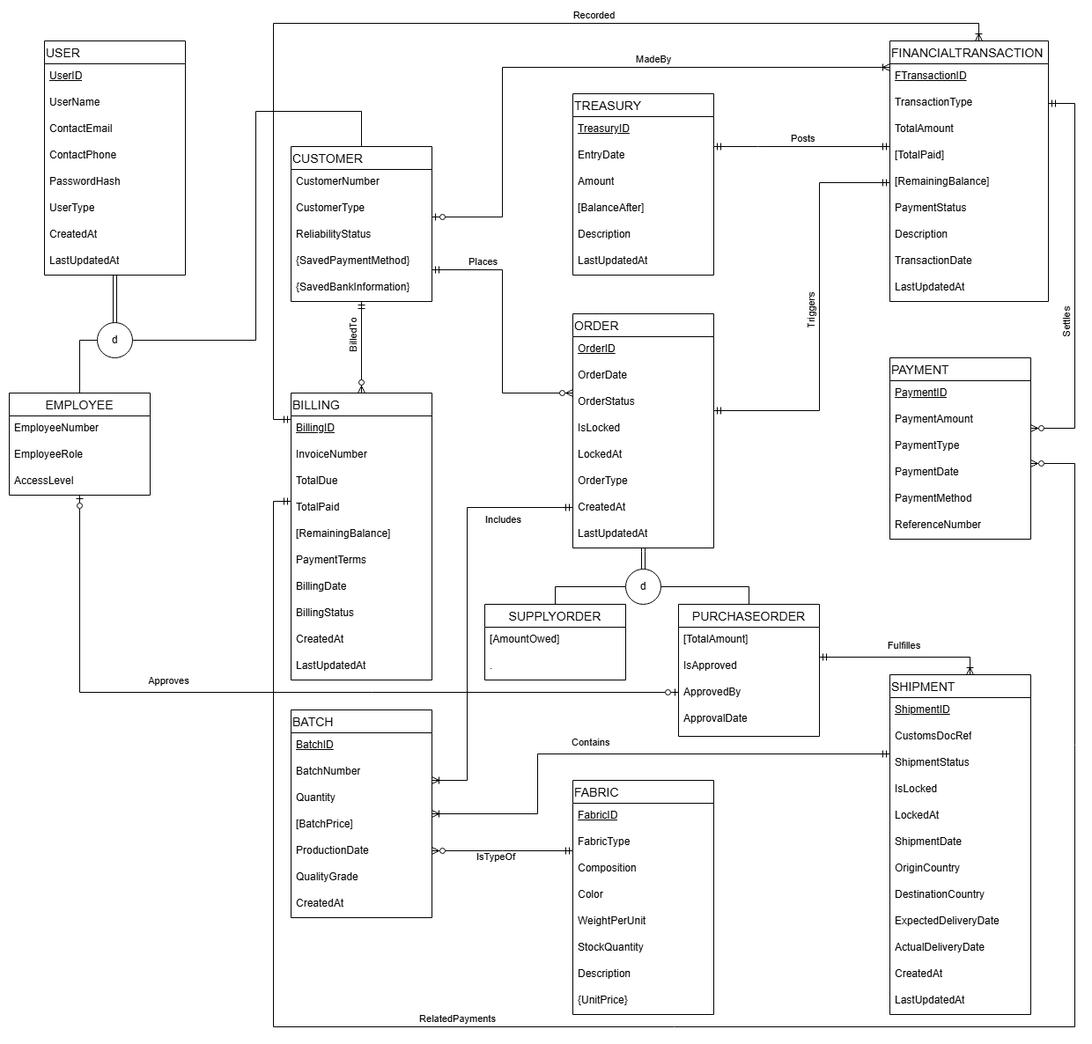
serkan-erol/CSE3055_Project keeps this draw.io diagram as KismetDatabase_v2.png. Above is the earlier version. Source tidied: cells renumbered, new cells last; positions are measured from the earlier drawing's top-left corner, leaving out a move shared by most shapes.
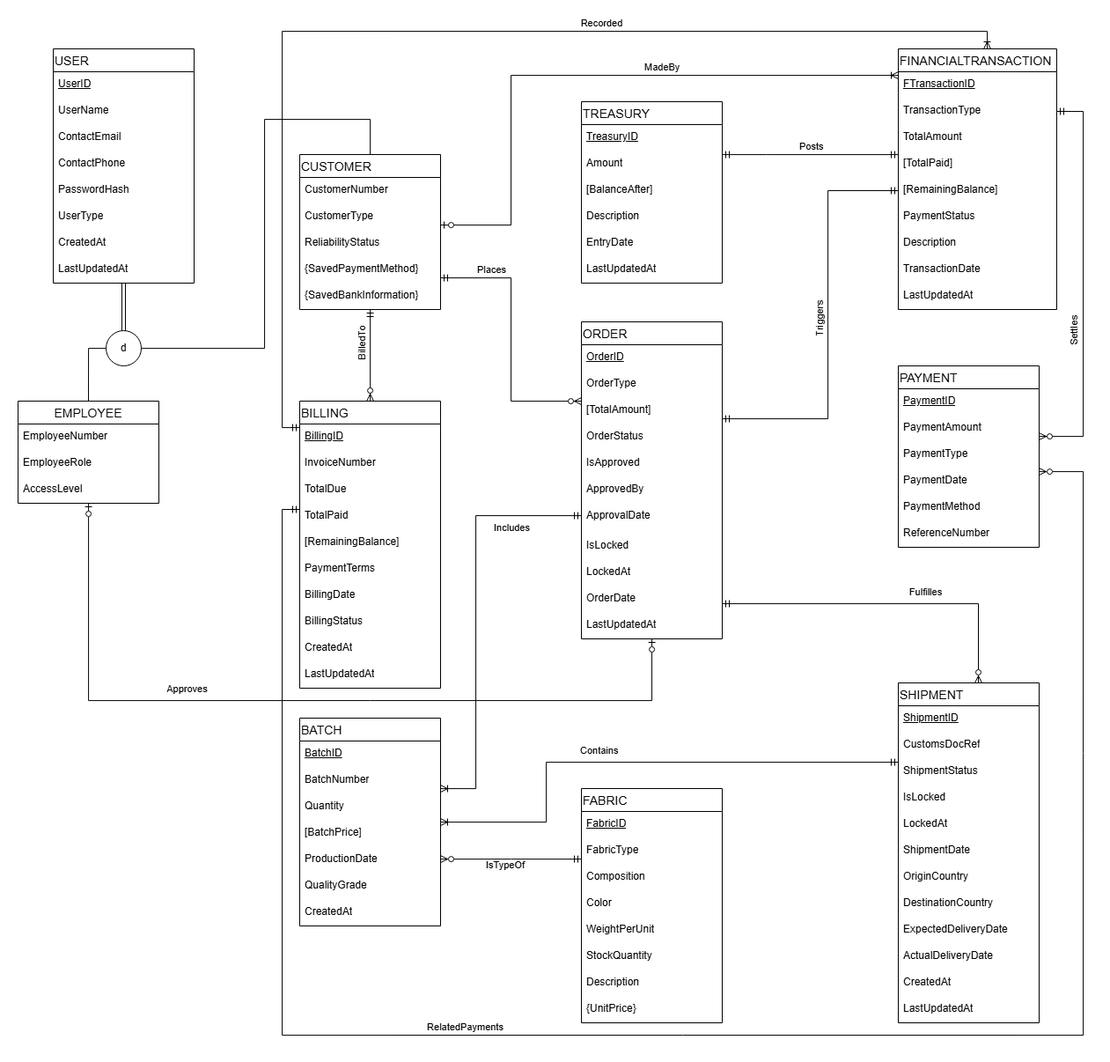
The same diagram one commit later.

Change to the diagram source:
```diff
@@ -95,18 +95,18 @@
     <mxCell id="32" value="TreasuryID" style="text;strokeColor=none;fillColor=none;spacingLeft=4;spacingRight=4;overflow=hidden;fontSize=12;whiteSpace=wrap;html=1;fontStyle=4;align=left;labelBackgroundColor=none;" parent="31" vertex="1">
       <mxGeometry y="26" width="160" height="30" as="geometry" />
     </mxCell>
-    <mxCell id="33" value="EntryDate" style="text;strokeColor=none;fillColor=none;spacingLeft=4;spacingRight=4;overflow=hidden;fontSize=12;whiteSpace=wrap;html=1;align=left;labelBackgroundColor=none;" parent="31" vertex="1">
-      <mxGeometry y="56" width="160" height="30" as="geometry" />
-    </mxCell>
     <mxCell id="34" value="Amount" style="text;strokeColor=none;fillColor=none;spacingLeft=4;spacingRight=4;overflow=hidden;fontSize=12;whiteSpace=wrap;html=1;align=left;labelBackgroundColor=none;" parent="31" vertex="1">
-      <mxGeometry y="86" width="160" height="30" as="geometry" />
+      <mxGeometry y="56" width="160" height="30" as="geometry" />
     </mxCell>
     <mxCell id="35" value="[BalanceAfter]" style="text;strokeColor=none;fillColor=none;spacingLeft=4;spacingRight=4;overflow=hidden;fontSize=12;whiteSpace=wrap;html=1;align=left;labelBackgroundColor=none;" parent="31" vertex="1">
-      <mxGeometry y="116" width="160" height="30" as="geometry" />
+      <mxGeometry y="86" width="160" height="30" as="geometry" />
     </mxCell>
     <mxCell id="36" value="Description" style="text;strokeColor=none;fillColor=none;spacingLeft=4;spacingRight=4;overflow=hidden;fontSize=12;whiteSpace=wrap;html=1;align=left;labelBackgroundColor=none;" parent="31" vertex="1">
-      <mxGeometry y="146" width="160" height="30" as="geometry" />
+      <mxGeometry y="116" width="160" height="30" as="geometry" />
     </mxCell>
+    <mxCell id="33" value="EntryDate" style="text;strokeColor=none;fillColor=none;spacingLeft=4;spacingRight=4;overflow=hidden;fontSize=12;whiteSpace=wrap;html=1;align=left;labelBackgroundColor=none;" parent="31" vertex="1">
+      <mxGeometry y="146" width="160" height="30" as="geometry" />
+    </mxCell>
     <mxCell id="37" value="LastUpdatedAt" style="text;strokeColor=none;fillColor=none;spacingLeft=4;spacingRight=4;overflow=hidden;fontSize=12;whiteSpace=wrap;html=1;labelBackgroundColor=none;" parent="31" vertex="1">
       <mxGeometry y="176" width="160" height="30" as="geometry" />
     </mxCell>
@@ -309,10 +309,10 @@
         <mxPoint x="-6" y="-10" as="offset" />
       </mxGeometry>
     </mxCell>
-    <mxCell id="87" style="edgeStyle=orthogonalEdgeStyle;fontSize=12;html=1;endArrow=ERoneToMany;startArrow=ERmandOne;rounded=0;align=left;labelBackgroundColor=none;fontColor=default;endFill=0;" parent="1" edge="1" source="110" target="8">
+    <mxCell id="87" style="edgeStyle=orthogonalEdgeStyle;fontSize=12;html=1;endArrow=ERzeroToMany;startArrow=ERmandOne;rounded=0;align=left;labelBackgroundColor=none;fontColor=default;endFill=0;" parent="1" edge="1" source="98" target="8">
       <mxGeometry relative="1" as="geometry">
         <Array as="points">
-          <mxPoint x="1091" y="720" />
+          <mxPoint x="1091" y="650" />
         </Array>
       </mxGeometry>
     </mxCell>
@@ -373,73 +373,42 @@
         <mxPoint x="-13" y="56" as="offset" />
       </mxGeometry>
     </mxCell>
-    <mxCell id="97" style="edgeStyle=orthogonalEdgeStyle;rounded=0;jettySize=auto;html=1;shape=link;labelBackgroundColor=none;fontColor=default;" parent="1" edge="1" source="98" target="109">
-      <mxGeometry relative="1" as="geometry" />
-    </mxCell>
     <mxCell id="98" value="ORDER" style="swimlane;fontStyle=0;horizontal=1;startSize=26;align=left;fontSize=14;labelBackgroundColor=none;" parent="1" vertex="1">
-      <mxGeometry x="640" y="330" width="160" height="266" as="geometry" />
+      <mxGeometry x="640" y="330" width="160" height="360" as="geometry" />
     </mxCell>
     <mxCell id="99" value="&lt;u&gt;OrderID&lt;/u&gt;" style="text;strokeColor=none;fillColor=none;spacingLeft=4;spacingRight=4;overflow=hidden;fontSize=12;whiteSpace=wrap;html=1;align=left;labelBackgroundColor=none;" parent="98" vertex="1">
       <mxGeometry y="26" width="160" height="30" as="geometry" />
     </mxCell>
-    <mxCell id="100" value="OrderDate" style="text;strokeColor=none;fillColor=none;spacingLeft=4;spacingRight=4;overflow=hidden;fontSize=12;whiteSpace=wrap;html=1;align=left;labelBackgroundColor=none;" parent="98" vertex="1">
-      <mxGeometry y="56" width="160" height="30" as="geometry" />
-    </mxCell>
+    <mxCell id="104" value="OrderType" style="text;strokeColor=none;fillColor=none;spacingLeft=4;spacingRight=4;overflow=hidden;fontSize=12;whiteSpace=wrap;html=1;align=left;labelBackgroundColor=none;" parent="98" vertex="1">
+      <mxGeometry y="56" width="160" height="30" as="geometry" />
+    </mxCell>
+    <mxCell id="111" value="[TotalAmount]" style="text;strokeColor=none;fillColor=none;spacingLeft=4;spacingRight=4;overflow=hidden;fontSize=12;whiteSpace=wrap;html=1;labelBackgroundColor=none;" parent="98" vertex="1">
+      <mxGeometry y="86" width="160" height="30" as="geometry" />
+    </mxCell>
     <mxCell id="101" value="OrderStatus" style="text;strokeColor=none;fillColor=none;spacingLeft=4;spacingRight=4;overflow=hidden;fontSize=12;whiteSpace=wrap;html=1;align=left;labelBackgroundColor=none;" parent="98" vertex="1">
-      <mxGeometry y="86" width="160" height="30" as="geometry" />
+      <mxGeometry y="116" width="160" height="30" as="geometry" />
     </mxCell>
-    <mxCell id="102" value="IsLocked" style="text;strokeColor=none;fillColor=none;spacingLeft=4;spacingRight=4;overflow=hidden;fontSize=12;whiteSpace=wrap;html=1;align=left;labelBackgroundColor=none;" parent="98" vertex="1">
-      <mxGeometry y="116" width="160" height="30" as="geometry" />
-    </mxCell>
-    <mxCell id="103" value="LockedAt" style="text;strokeColor=none;fillColor=none;spacingLeft=4;spacingRight=4;overflow=hidden;fontSize=12;whiteSpace=wrap;html=1;align=left;labelBackgroundColor=none;" parent="98" vertex="1">
-      <mxGeometry y="146" width="160" height="30" as="geometry" />
-    </mxCell>
-    <mxCell id="104" value="OrderType" style="text;strokeColor=none;fillColor=none;spacingLeft=4;spacingRight=4;overflow=hidden;fontSize=12;whiteSpace=wrap;html=1;align=left;labelBackgroundColor=none;" parent="98" vertex="1">
-      <mxGeometry y="176" width="160" height="30" as="geometry" />
-    </mxCell>
-    <mxCell id="105" value="CreatedAt" style="text;strokeColor=none;fillColor=none;spacingLeft=4;spacingRight=4;overflow=hidden;fontSize=12;whiteSpace=wrap;html=1;labelBackgroundColor=none;" parent="98" vertex="1">
-      <mxGeometry y="206" width="160" height="30" as="geometry" />
-    </mxCell>
-    <mxCell id="106" value="LastUpdatedAt" style="text;strokeColor=none;fillColor=none;spacingLeft=4;spacingRight=4;overflow=hidden;fontSize=12;whiteSpace=wrap;html=1;labelBackgroundColor=none;" parent="98" vertex="1">
-      <mxGeometry y="236" width="160" height="30" as="geometry" />
-    </mxCell>
-    <mxCell id="107" style="edgeStyle=orthogonalEdgeStyle;rounded=0;jettySize=auto;html=1;endArrow=none;endFill=0;entryX=0.5;entryY=0;entryDx=0;entryDy=0;labelBackgroundColor=none;fontColor=default;" parent="1" edge="1" source="109" target="110">
-      <mxGeometry relative="1" as="geometry" />
-    </mxCell>
-    <mxCell id="108" style="edgeStyle=orthogonalEdgeStyle;rounded=0;jettySize=auto;html=1;endArrow=none;endFill=0;entryX=0.5;entryY=0;entryDx=0;entryDy=0;labelBackgroundColor=none;fontColor=default;" parent="1" edge="1" source="109" target="115">
-      <mxGeometry relative="1" as="geometry">
-        <Array as="points">
-          <mxPoint x="620" y="640" />
-        </Array>
-      </mxGeometry>
-    </mxCell>
-    <mxCell id="109" value="d" style="ellipse;whiteSpace=wrap;html=1;labelBackgroundColor=none;" parent="1" vertex="1">
-      <mxGeometry x="700" y="620" width="40" height="40" as="geometry" />
-    </mxCell>
-    <mxCell id="110" value="PURCHASEORDER" style="swimlane;fontStyle=0;horizontal=1;startSize=26;align=center;fontSize=14;labelBackgroundColor=none;" parent="1" vertex="1">
-      <mxGeometry x="760" y="660" width="160" height="150" as="geometry" />
-    </mxCell>
-    <mxCell id="111" value="[TotalAmount]" style="text;strokeColor=none;fillColor=none;spacingLeft=4;spacingRight=4;overflow=hidden;fontSize=12;whiteSpace=wrap;html=1;labelBackgroundColor=none;" parent="110" vertex="1">
-      <mxGeometry y="26" width="160" height="30" as="geometry" />
-    </mxCell>
-    <mxCell id="112" value="IsApproved" style="text;strokeColor=none;fillColor=none;spacingLeft=4;spacingRight=4;overflow=hidden;fontSize=12;whiteSpace=wrap;html=1;align=left;labelBackgroundColor=none;" parent="110" vertex="1">
-      <mxGeometry y="56" width="160" height="30" as="geometry" />
+    <mxCell id="112" value="IsApproved" style="text;strokeColor=none;fillColor=none;spacingLeft=4;spacingRight=4;overflow=hidden;fontSize=12;whiteSpace=wrap;html=1;align=left;labelBackgroundColor=none;" parent="98" vertex="1">
+      <mxGeometry y="146" width="160" height="30" as="geometry" />
     </mxCell>
-    <mxCell id="113" value="ApprovedBy" style="text;strokeColor=none;fillColor=none;spacingLeft=4;spacingRight=4;overflow=hidden;fontSize=12;whiteSpace=wrap;html=1;align=left;labelBackgroundColor=none;" parent="110" vertex="1">
-      <mxGeometry y="86" width="160" height="30" as="geometry" />
+    <mxCell id="113" value="ApprovedBy" style="text;strokeColor=none;fillColor=none;spacingLeft=4;spacingRight=4;overflow=hidden;fontSize=12;whiteSpace=wrap;html=1;align=left;labelBackgroundColor=none;" parent="98" vertex="1">
+      <mxGeometry y="176" width="160" height="30" as="geometry" />
     </mxCell>
-    <mxCell id="114" value="ApprovalDate" style="text;strokeColor=none;fillColor=none;spacingLeft=4;spacingRight=4;overflow=hidden;fontSize=12;whiteSpace=wrap;html=1;align=left;labelBackgroundColor=none;" parent="110" vertex="1">
-      <mxGeometry y="116" width="160" height="34" as="geometry" />
+    <mxCell id="114" value="ApprovalDate" style="text;strokeColor=none;fillColor=none;spacingLeft=4;spacingRight=4;overflow=hidden;fontSize=12;whiteSpace=wrap;html=1;align=left;labelBackgroundColor=none;" parent="98" vertex="1">
+      <mxGeometry y="206" width="160" height="34" as="geometry" />
     </mxCell>
-    <mxCell id="115" value="SUPPLYORDER" style="swimlane;fontStyle=0;horizontal=1;startSize=26;align=center;fontSize=14;labelBackgroundColor=none;" parent="1" vertex="1">
-      <mxGeometry x="540" y="660" width="160" height="86" as="geometry" />
-    </mxCell>
-    <mxCell id="116" value="[AmountOwed]" style="text;strokeColor=none;fillColor=none;spacingLeft=4;spacingRight=4;overflow=hidden;fontSize=12;whiteSpace=wrap;html=1;labelBackgroundColor=none;" parent="115" vertex="1">
-      <mxGeometry y="26" width="160" height="30" as="geometry" />
-    </mxCell>
-    <mxCell id="117" value="." style="text;strokeColor=none;fillColor=none;spacingLeft=4;spacingRight=4;overflow=hidden;fontSize=12;whiteSpace=wrap;html=1;labelBackgroundColor=none;" parent="115" vertex="1">
-      <mxGeometry y="56" width="160" height="30" as="geometry" />
-    </mxCell>
+    <mxCell id="102" value="IsLocked" style="text;strokeColor=none;fillColor=none;spacingLeft=4;spacingRight=4;overflow=hidden;fontSize=12;whiteSpace=wrap;html=1;align=left;labelBackgroundColor=none;" parent="98" vertex="1">
+      <mxGeometry y="240" width="160" height="30" as="geometry" />
+    </mxCell>
+    <mxCell id="103" value="LockedAt" style="text;strokeColor=none;fillColor=none;spacingLeft=4;spacingRight=4;overflow=hidden;fontSize=12;whiteSpace=wrap;html=1;align=left;labelBackgroundColor=none;" parent="98" vertex="1">
+      <mxGeometry y="270" width="160" height="30" as="geometry" />
+    </mxCell>
+    <mxCell id="100" value="OrderDate" style="text;strokeColor=none;fillColor=none;spacingLeft=4;spacingRight=4;overflow=hidden;fontSize=12;whiteSpace=wrap;html=1;align=left;labelBackgroundColor=none;" parent="98" vertex="1">
+      <mxGeometry y="300" width="160" height="30" as="geometry" />
+    </mxCell>
+    <mxCell id="106" value="LastUpdatedAt" style="text;strokeColor=none;fillColor=none;spacingLeft=4;spacingRight=4;overflow=hidden;fontSize=12;whiteSpace=wrap;html=1;labelBackgroundColor=none;" parent="98" vertex="1">
+      <mxGeometry y="330" width="160" height="30" as="geometry" />
+    </mxCell>
     <mxCell id="118" style="edgeStyle=orthogonalEdgeStyle;rounded=0;jettySize=auto;html=1;shape=link;labelBackgroundColor=none;fontColor=default;" parent="1" edge="1" source="119" target="130">
       <mxGeometry relative="1" as="geometry" />
     </mxCell>
@@ -489,10 +458,11 @@
     <mxCell id="130" value="d" style="ellipse;whiteSpace=wrap;html=1;labelBackgroundColor=none;" parent="1" vertex="1">
       <mxGeometry x="100" y="340" width="40" height="40" as="geometry" />
     </mxCell>
-    <mxCell id="131" style="edgeStyle=orthogonalEdgeStyle;rounded=0;jettySize=auto;html=1;endArrow=ERzeroToOne;endFill=0;startArrow=ERzeroToOne;startFill=0;" parent="1" edge="1" source="133" target="110">
+    <mxCell id="131" style="edgeStyle=orthogonalEdgeStyle;rounded=0;jettySize=auto;html=1;endArrow=ERzeroToOne;endFill=0;startArrow=ERzeroToOne;startFill=0;" parent="1" edge="1" source="133" target="98">
       <mxGeometry relative="1" as="geometry">
         <Array as="points">
           <mxPoint x="80" y="760" />
+          <mxPoint x="720" y="760" />
         </Array>
       </mxGeometry>
     </mxCell>
```
